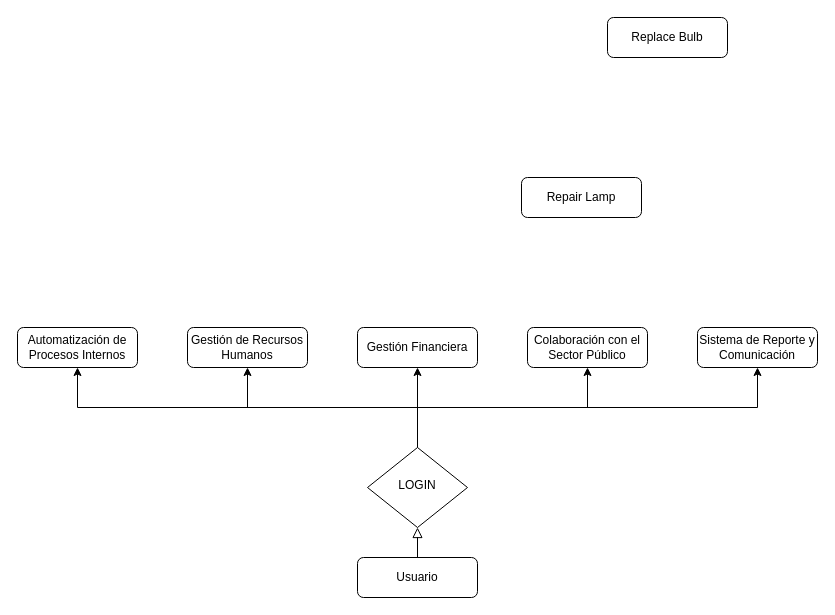
lennonl07/PrimerosCiclos keeps this draw.io diagram as Untitled Diagram.drawio. Above is the earlier version. Source tidied: cells renumbered, new cells numbered last; positions are measured from the earlier drawing's top-left corner, leaving out a move shared by most shapes. Both pictures are drawn from the tidied source at 100%, with x=0, y=0 at pixel (17, 17).
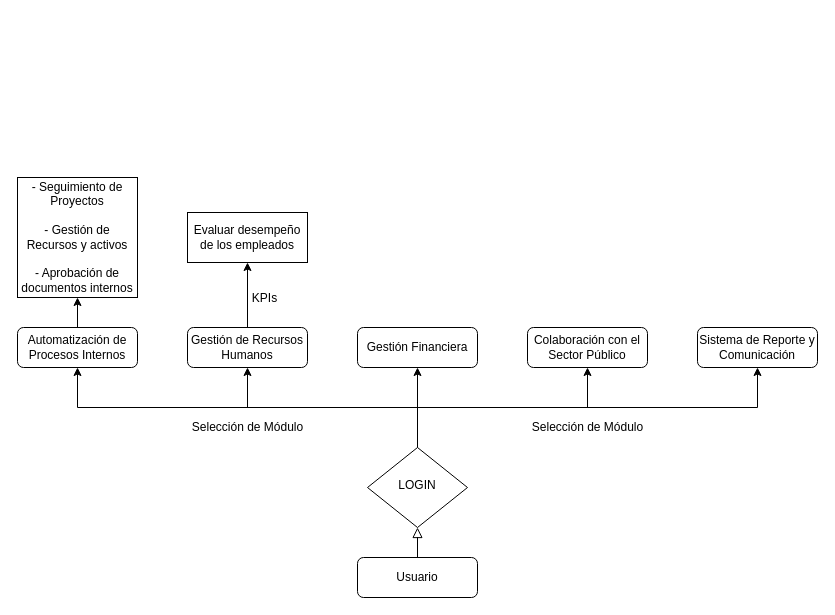
The same page after the edit.

The change refers to these unchanged cells:
```xml
<mxCell id="10" value="Automatización de Procesos Internos" style="rounded=1;whiteSpace=wrap;html=1;fontSize=12;glass=0;strokeWidth=1;shadow=0;" parent="1" vertex="1">
  <mxGeometry y="310" width="120" height="40" as="geometry" />
</mxCell>
<mxCell id="13" value="Gestión de Recursos Humanos" style="rounded=1;whiteSpace=wrap;html=1;fontSize=12;glass=0;strokeWidth=1;shadow=0;" parent="1" vertex="1">
  <mxGeometry x="170" y="310" width="120" height="40" as="geometry" />
</mxCell>
```

Diff of the diagram source:
```diff
@@
+    <mxCell id="17" style="edgeStyle=orthogonalEdgeStyle;rounded=0;jettySize=auto;html=1;" parent="1" edge="1" source="10" target="19">
+      <mxGeometry relative="1" as="geometry" />
+    </mxCell>
@@
-    <mxCell id="11" value="Repair Lamp" style="rounded=1;whiteSpace=wrap;html=1;fontSize=12;glass=0;strokeWidth=1;shadow=0;" parent="1" vertex="1">
-      <mxGeometry x="504" y="160" width="120" height="40" as="geometry" />
-    </mxCell>
-    <mxCell id="12" value="Replace Bulb" style="rounded=1;whiteSpace=wrap;html=1;fontSize=12;glass=0;strokeWidth=1;shadow=0;" parent="1" vertex="1">
-      <mxGeometry x="590" width="120" height="40" as="geometry" />
-    </mxCell>
+    <mxCell id="18" style="edgeStyle=orthogonalEdgeStyle;rounded=0;jettySize=auto;html=1;" parent="1" edge="1" source="13" target="22">
+      <mxGeometry relative="1" as="geometry" />
+    </mxCell>
@@
+    <mxCell id="19" value="- Seguimiento de Proyectos&lt;br&gt;&lt;br&gt;- Gestión de Recursos y activos&lt;br&gt;&lt;br&gt;- Aprobación de documentos internos&lt;br&gt;&lt;div style=&quot;text-align: justify;&quot;&gt;&lt;/div&gt;" style="whiteSpace=wrap;html=1;" parent="1" vertex="1">
+      <mxGeometry y="160" width="120" height="120" as="geometry" />
+    </mxCell>
+    <mxCell id="20" value="Selección de Módulo" style="text;html=1;align=center;verticalAlign=middle;strokeColor=none;fillColor=none;" parent="1" vertex="1">
+      <mxGeometry x="165" y="395" width="130" height="30" as="geometry" />
+    </mxCell>
+    <mxCell id="21" value="Selección de Módulo" style="text;html=1;align=center;verticalAlign=middle;strokeColor=none;fillColor=none;" parent="1" vertex="1">
+      <mxGeometry x="505" y="395" width="130" height="30" as="geometry" />
+    </mxCell>
+    <mxCell id="22" value="Evaluar desempeño de los empleados" style="rounded=0;whiteSpace=wrap;html=1;" parent="1" vertex="1">
+      <mxGeometry x="170" y="195" width="120" height="50" as="geometry" />
+    </mxCell>
+    <mxCell id="23" value="KPIs" style="text;html=1;align=center;verticalAlign=middle;strokeColor=none;fillColor=none;" parent="1" vertex="1">
+      <mxGeometry x="222" y="266" width="50" height="30" as="geometry" />
+    </mxCell>
```
